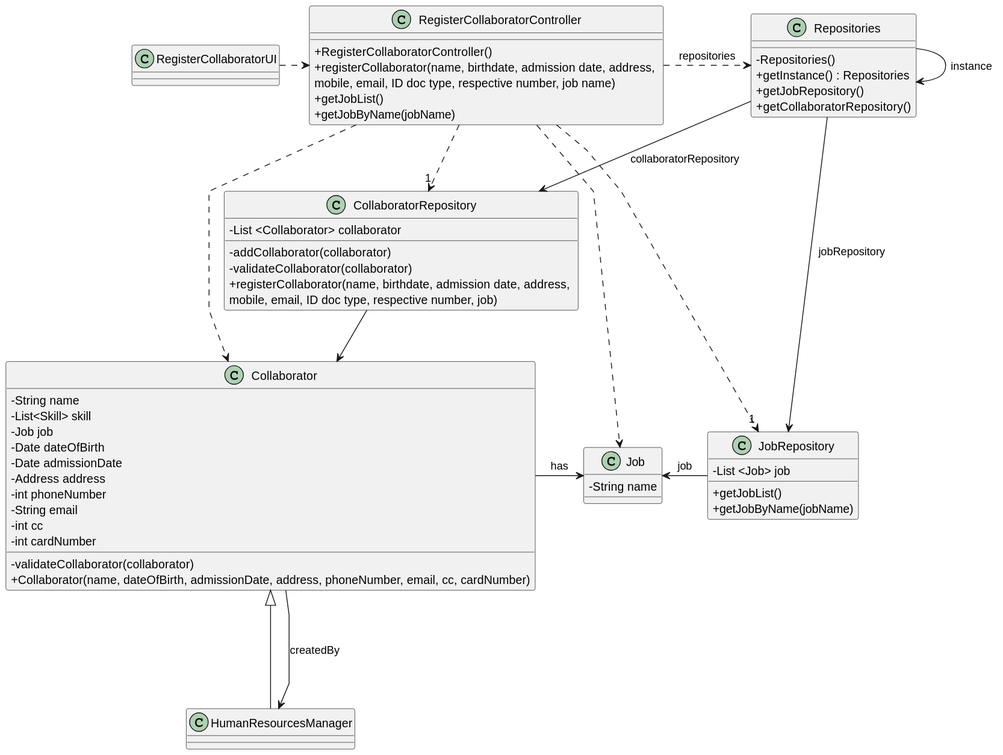
The PlantUML diagram docs/sprint2/us03/03.design/svg/us03-class-diagram.svg in Departamento-de-Engenharia-Informatica/lei-24-s2-1db-g022, before a commit.
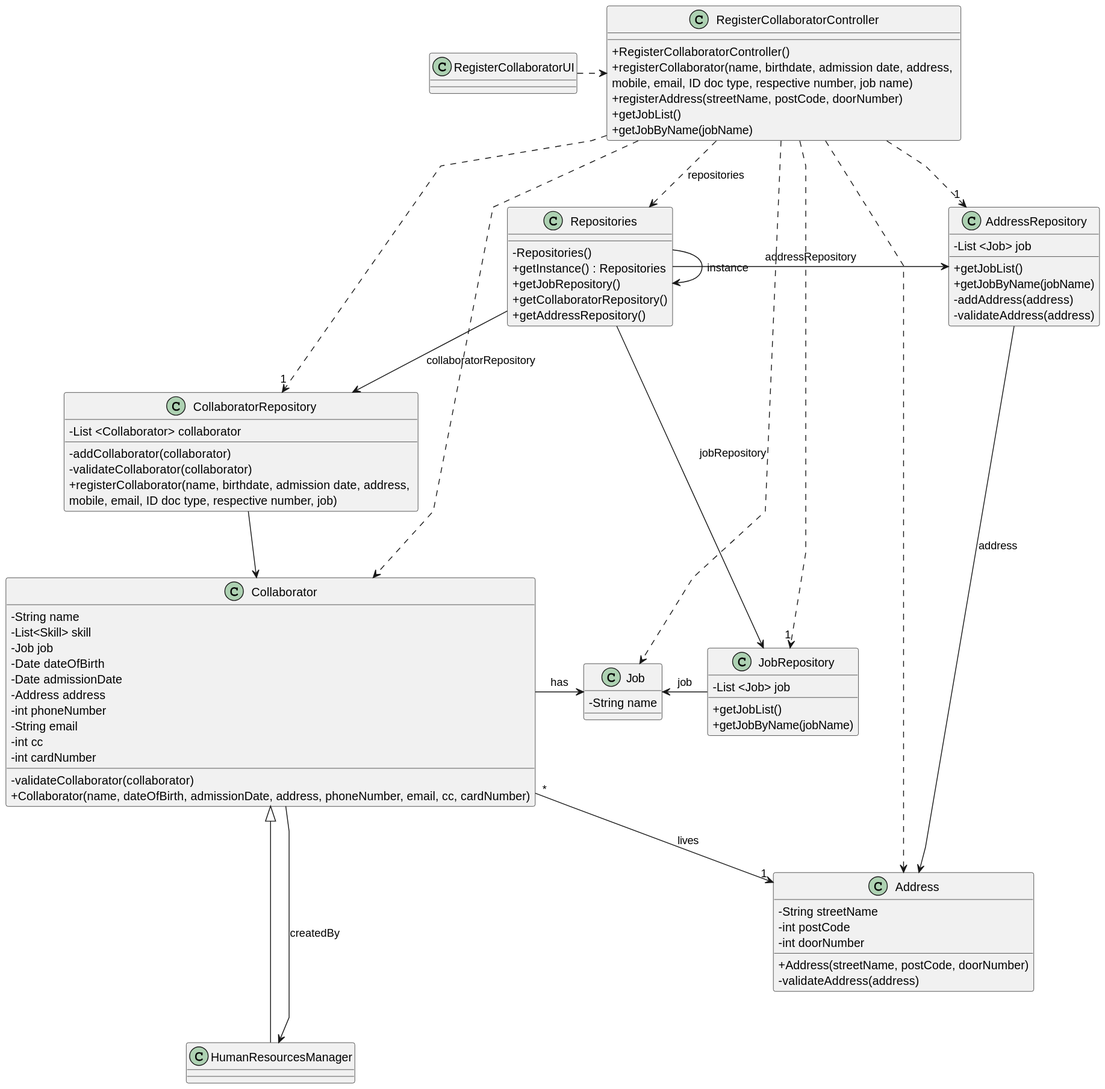
Above is the later version.

The edit, as a diff of the source:
```diff
@@ -11,6 +11,7 @@
 
     + RegisterCollaboratorController()
     + registerCollaborator(name, birthdate, admission date, address, \nmobile, email, ID doc type, respective number, job name)
+    + registerAddress(streetName, postCode, doorNumber)
     + getJobList()
     + getJobByName(jobName)
 }
@@ -34,6 +35,15 @@
     + Collaborator(name, dateOfBirth, admissionDate, address, phoneNumber, email, cc, cardNumber)
 }
 
+class Address {
+    -String streetName
+    -int postCode
+    -int doorNumber
+
+    +Address(streetName, postCode, doorNumber)
+    -validateAddress(address)
+}
+
 class HumanResourcesManager {
 }
 
@@ -43,6 +53,7 @@
     + getInstance() : Repositories
     + getJobRepository()
     + getCollaboratorRepository()
+    + getAddressRepository()
 }
 
 class JobRepository {
@@ -50,6 +61,15 @@
 
     + getJobList()
     + getJobByName(jobName)
+}
+
+class AddressRepository {
+    - List <Job> job
+
+    + getJobList()
+    + getJobByName(jobName)
+    -addAddress(address)
+    -validateAddress(address)
 }
 
 class CollaboratorRepository {
@@ -66,22 +86,28 @@
 
 Collaborator  <|---  HumanResourcesManager
 Collaborator  -> Job : has
+Collaborator "*" --> "1" Address : lives
 
 HumanResourcesManager <--  Collaborator: createdBy
 
 RegisterCollaboratorController .> Repositories : repositories
 RegisterCollaboratorController ..> "1" JobRepository
-RegisterCollaboratorController ..> "1" CollaboratorRepository
+RegisterCollaboratorController ...> "1" CollaboratorRepository
+RegisterCollaboratorController ..> "1" AddressRepository
 RegisterCollaboratorController ..> Collaborator
 RegisterCollaboratorController ..> Job
+RegisterCollaboratorController ..> Address
 
 RegisterCollaboratorUI .> RegisterCollaboratorController
 
 Repositories -> Repositories : instance
 Repositories -> JobRepository : jobRepository
+Repositories -> AddressRepository : addressRepository
 Repositories --> CollaboratorRepository : collaboratorRepository
 
 CollaboratorRepository --> Collaborator
 
 Job <- JobRepository : job
+
+AddressRepository -> Address : address
 @enduml
```
